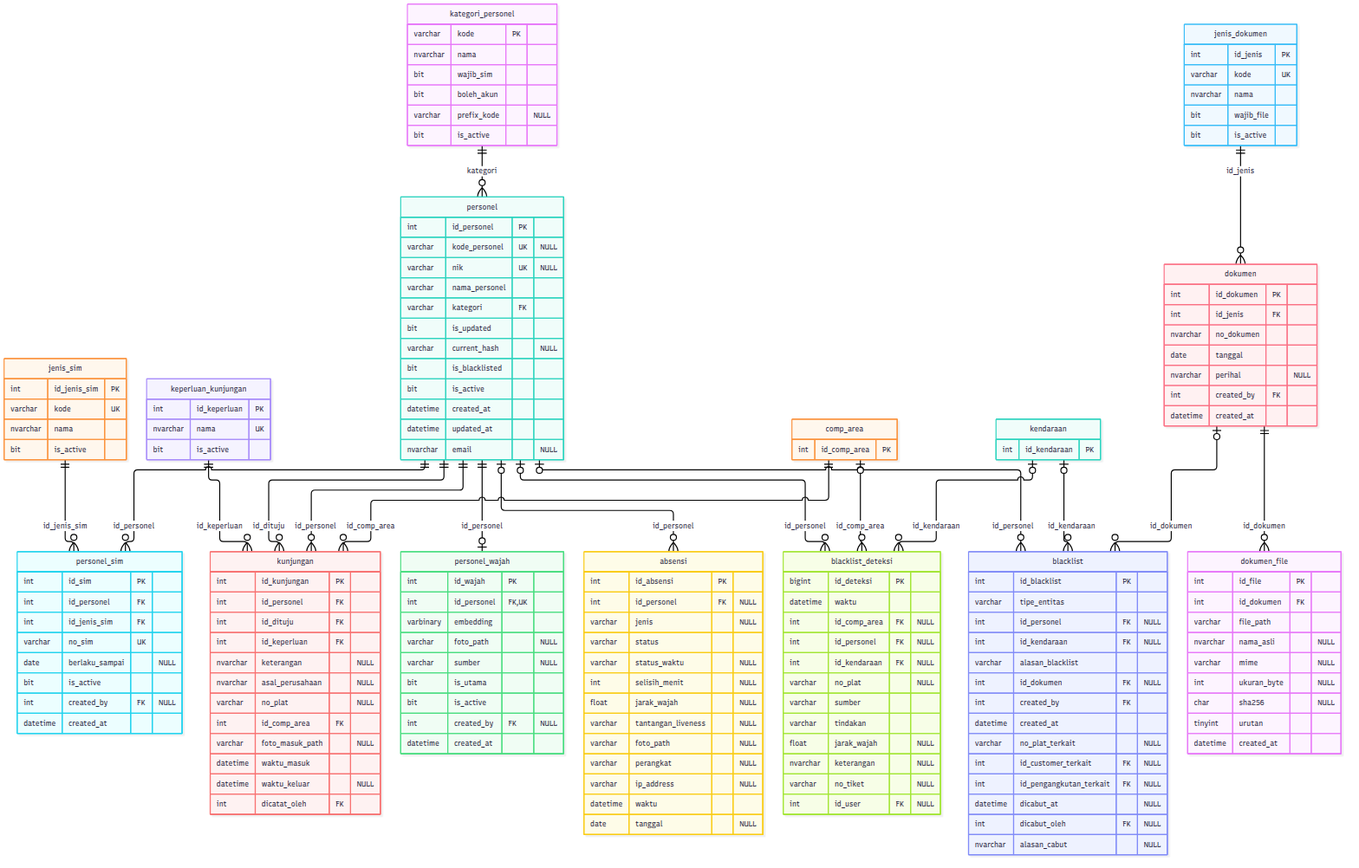
The Mermaid diagram docs/erd/02_personel_dokumen.png in aetheriin/timbangan_sawit_v2, before a commit. Its source is kept beside it as docs/erd/02_personel_dokumen.mmd.
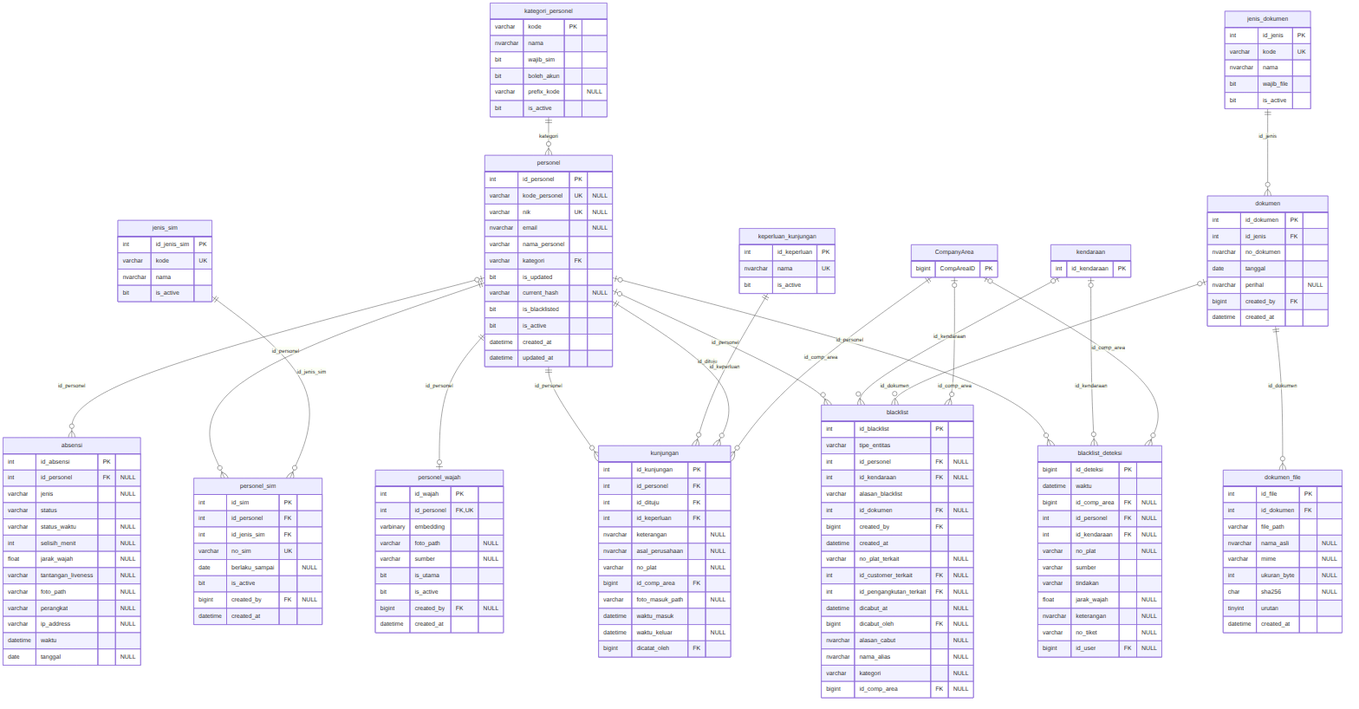
After the commit.

Change to the diagram source:
```diff
@@ -11,6 +11,7 @@
         int id_personel PK
         varchar kode_personel UK "NULL"
         varchar nik UK "NULL"
+        nvarchar email "NULL"
         varchar nama_personel
         varchar kategori FK
         bit is_updated
@@ -19,7 +20,6 @@
         bit is_active
         datetime created_at
         datetime updated_at
-        nvarchar email "NULL"
     }
     jenis_sim {
         int id_jenis_sim PK
@@ -34,7 +34,7 @@
         varchar no_sim UK
         date berlaku_sampai "NULL"
         bit is_active
-        int created_by FK "NULL"
+        bigint created_by FK "NULL"
         datetime created_at
     }
     personel_wajah {
@@ -45,7 +45,7 @@
         varchar sumber "NULL"
         bit is_utama
         bit is_active
-        int created_by FK "NULL"
+        bigint created_by FK "NULL"
         datetime created_at
     }
     keperluan_kunjungan {
@@ -61,11 +61,11 @@
         nvarchar keterangan "NULL"
         nvarchar asal_perusahaan "NULL"
         varchar no_plat "NULL"
-        int id_comp_area FK
+        bigint id_comp_area FK
         varchar foto_masuk_path "NULL"
         datetime waktu_masuk
         datetime waktu_keluar "NULL"
-        int dicatat_oleh FK
+        bigint dicatat_oleh FK
     }
     absensi {
         int id_absensi PK
@@ -89,19 +89,22 @@
         int id_kendaraan FK "NULL"
         varchar alasan_blacklist
         int id_dokumen FK "NULL"
-        int created_by FK
+        bigint created_by FK
         datetime created_at
         varchar no_plat_terkait "NULL"
         int id_customer_terkait FK "NULL"
         int id_pengangkutan_terkait FK "NULL"
         datetime dicabut_at "NULL"
-        int dicabut_oleh FK "NULL"
+        bigint dicabut_oleh FK "NULL"
         nvarchar alasan_cabut "NULL"
+        nvarchar nama_alias "NULL"
+        varchar kategori "NULL"
+        bigint id_comp_area FK "NULL"
     }
     blacklist_deteksi {
         bigint id_deteksi PK
         datetime waktu
-        int id_comp_area FK "NULL"
+        bigint id_comp_area FK "NULL"
         int id_personel FK "NULL"
         int id_kendaraan FK "NULL"
         varchar no_plat "NULL"
@@ -110,7 +113,7 @@
         float jarak_wajah "NULL"
         nvarchar keterangan "NULL"
         varchar no_tiket "NULL"
-        int id_user FK "NULL"
+        bigint id_user FK "NULL"
     }
     jenis_dokumen {
         int id_jenis PK
@@ -125,7 +128,7 @@
         nvarchar no_dokumen
         date tanggal
         nvarchar perihal "NULL"
-        int created_by FK
+        bigint created_by FK
         datetime created_at
     }
     dokumen_file {
@@ -142,19 +145,20 @@
     kendaraan {
         int id_kendaraan PK
     }
-    comp_area {
-        int id_comp_area PK
+    CompanyArea {
+        bigint CompAreaID PK
     }
     personel |o--o{ absensi : "id_personel"
+    CompanyArea |o--o{ blacklist : "id_comp_area"
     dokumen |o--o{ blacklist : "id_dokumen"
     kendaraan |o--o{ blacklist : "id_kendaraan"
     personel |o--o{ blacklist : "id_personel"
-    comp_area |o--o{ blacklist_deteksi : "id_comp_area"
+    CompanyArea |o--o{ blacklist_deteksi : "id_comp_area"
     kendaraan |o--o{ blacklist_deteksi : "id_kendaraan"
     personel |o--o{ blacklist_deteksi : "id_personel"
     jenis_dokumen ||--o{ dokumen : "id_jenis"
     dokumen ||--o{ dokumen_file : "id_dokumen"
-    comp_area ||--o{ kunjungan : "id_comp_area"
+    CompanyArea ||--o{ kunjungan : "id_comp_area"
     personel ||--o{ kunjungan : "id_dituju"
     keperluan_kunjungan ||--o{ kunjungan : "id_keperluan"
     personel ||--o{ kunjungan : "id_personel"
```
